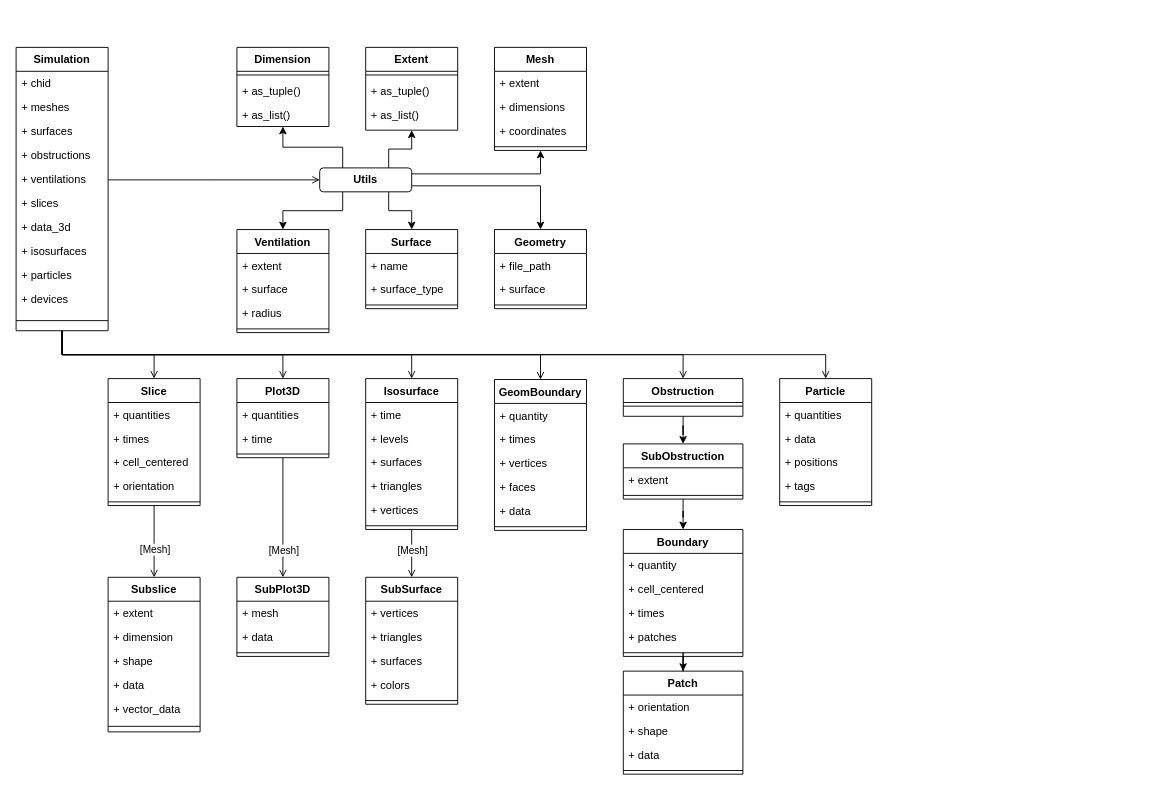
This is docs/img/data-structure.drawio from FireDynamics/fdsreader, a draw.io file, before an edit. Source tidied: cells renumbered, new cells numbered last; positions are measured from the earlier drawing's top-left corner, leaving out a move shared by most shapes. Both pictures are drawn from the tidied source at 92%, with x=0, y=0 at pixel (16, 47).
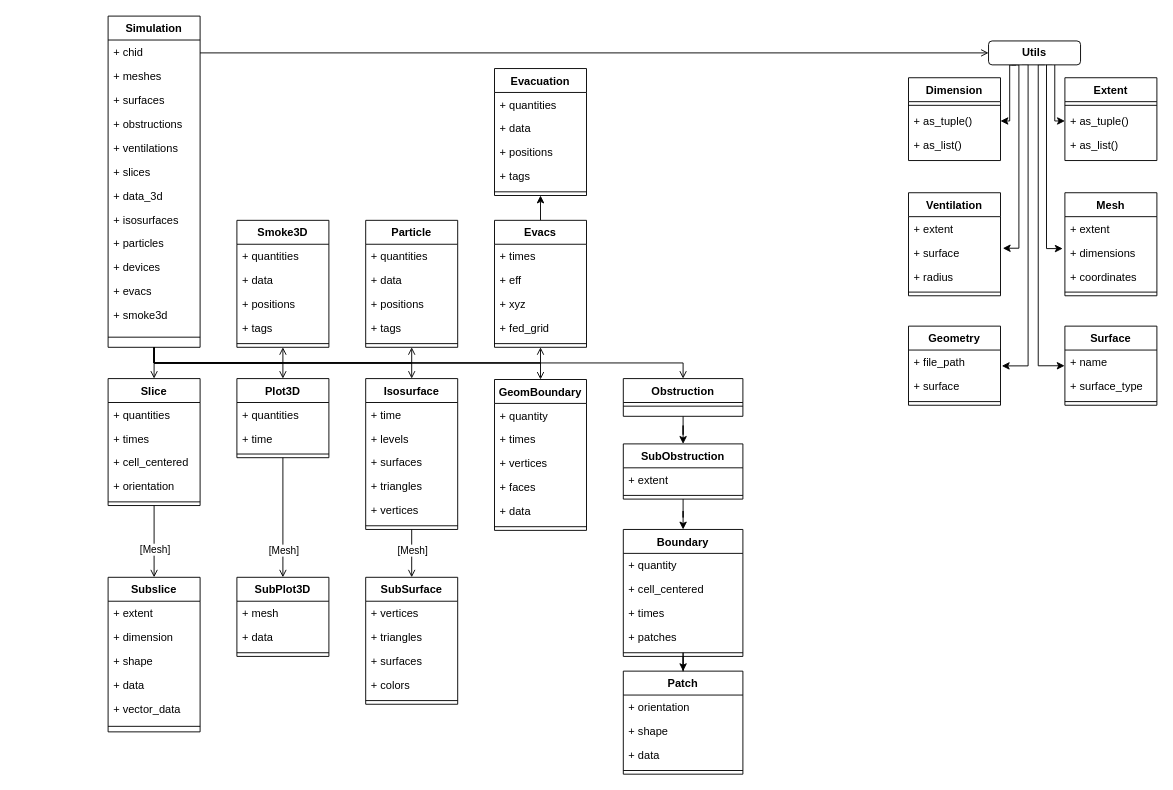
After the change.

The change refers to these unchanged cells:
```xml
<mxCell id="21" value="+ as_tuple()" style="text;align=left;verticalAlign=top;spacingLeft=4;spacingRight=4;overflow=hidden;points=[[0,0.5],[1,0.5]];portConstraint=eastwest;" parent="19" vertex="1">
  <mxGeometry y="34" width="100" height="26" as="geometry" />
</mxCell>
<mxCell id="25" value="+ dimensions" style="text;align=left;verticalAlign=top;spacingLeft=4;spacingRight=4;overflow=hidden;points=[[0,0.5],[1,0.5]];portConstraint=eastwest;" parent="23" vertex="1">
  <mxGeometry y="52" width="100" height="26" as="geometry" />
</mxCell>
<mxCell id="31" value="+ surface" style="text;align=left;verticalAlign=top;spacingLeft=4;spacingRight=4;overflow=hidden;points=[[0,0.5],[1,0.5]];portConstraint=eastwest;" parent="29" vertex="1">
  <mxGeometry y="52" width="100" height="26" as="geometry" />
</mxCell>
<mxCell id="35" value="Obstruction" style="swimlane;fontStyle=1;align=center;verticalAlign=top;horizontal=1;startSize=26;rounded=0;shadow=0;strokeWidth=1;" parent="1" vertex="1">
  <mxGeometry x="660" y="360" width="130" height="41" as="geometry" />
</mxCell>
<mxCell id="39" value="Plot3D" style="swimlane;fontStyle=1;align=center;verticalAlign=top;horizontal=1;startSize=26;rounded=0;shadow=0;strokeWidth=1;" parent="1" vertex="1">
  <mxGeometry x="240" y="360" width="100" height="86" as="geometry" />
</mxCell>
<mxCell id="49" value="Slice" style="swimlane;fontStyle=1;align=center;verticalAlign=top;horizontal=1;startSize=26;rounded=0;shadow=0;strokeWidth=1;" parent="1" vertex="1">
  <mxGeometry x="100" y="360" width="100" height="138" as="geometry" />
</mxCell>
<mxCell id="64" value="Isosurface" style="swimlane;fontStyle=1;align=center;verticalAlign=top;horizontal=1;startSize=26;rounded=0;shadow=0;strokeWidth=1;" parent="1" vertex="1">
  <mxGeometry x="380" y="360" width="100" height="164" as="geometry" />
</mxCell>
<mxCell id="102" value="+ name" style="text;align=left;verticalAlign=top;spacingLeft=4;spacingRight=4;overflow=hidden;points=[[0,0.5],[1,0.5]];portConstraint=eastwest;" parent="101" vertex="1">
  <mxGeometry y="26" width="100" height="26" as="geometry" />
</mxCell>
<mxCell id="111" value="+ file_path" style="text;align=left;verticalAlign=top;spacingLeft=4;spacingRight=4;overflow=hidden;points=[[0,0.5],[1,0.5]];portConstraint=eastwest;" parent="110" vertex="1">
  <mxGeometry y="26" width="100" height="26" as="geometry" />
</mxCell>
<mxCell id="114" value="GeomBoundary" style="swimlane;fontStyle=1;align=center;verticalAlign=top;horizontal=1;startSize=26;rounded=0;shadow=0;strokeWidth=1;" parent="1" vertex="1">
  <mxGeometry x="520" y="361" width="100" height="164" as="geometry" />
</mxCell>
```

The edit, as a diff of the source:
```diff
@@
-    <mxCell id="2" style="edgeStyle=orthogonalEdgeStyle;rounded=0;jettySize=auto;html=1;exitX=0.5;exitY=1;exitDx=0;exitDy=0;entryX=0.5;entryY=0;entryDx=0;entryDy=0;startArrow=none;startFill=0;endArrow=open;endFill=0;" parent="1" edge="1" source="7" target="49">
-      <mxGeometry relative="1" as="geometry" />
+    <mxCell id="2" style="edgeStyle=orthogonalEdgeStyle;rounded=0;jettySize=auto;html=1;entryX=0.5;entryY=0;entryDx=0;entryDy=0;startArrow=none;startFill=0;endArrow=open;endFill=0;exitX=0.5;exitY=1;exitDx=0;exitDy=0;" parent="1" edge="1" source="7" target="49">
+      <mxGeometry relative="1" as="geometry">
+        <Array as="points">
+          <mxPoint x="150" y="353" />
+          <mxPoint x="150" y="353" />
+        </Array>
+      </mxGeometry>
     </mxCell>
     <mxCell id="3" style="edgeStyle=orthogonalEdgeStyle;rounded=0;jettySize=auto;html=1;exitX=0.5;exitY=1;exitDx=0;exitDy=0;entryX=0.5;entryY=0;entryDx=0;entryDy=0;startArrow=none;startFill=0;endArrow=open;endFill=0;" parent="1" edge="1" source="7" target="64">
-      <mxGeometry relative="1" as="geometry" />
+      <mxGeometry relative="1" as="geometry">
+        <Array as="points">
+          <mxPoint x="150" y="343" />
+          <mxPoint x="430" y="343" />
+        </Array>
+      </mxGeometry>
     </mxCell>
     <mxCell id="4" style="edgeStyle=orthogonalEdgeStyle;rounded=0;jettySize=auto;html=1;exitX=0.5;exitY=1;exitDx=0;exitDy=0;entryX=0.5;entryY=0;entryDx=0;entryDy=0;startArrow=none;startFill=0;endArrow=open;endFill=0;" parent="1" edge="1" source="7" target="39">
-      <mxGeometry relative="1" as="geometry" />
+      <mxGeometry relative="1" as="geometry">
+        <Array as="points">
+          <mxPoint x="150" y="343" />
+          <mxPoint x="290" y="343" />
+        </Array>
+      </mxGeometry>
     </mxCell>
     <mxCell id="5" style="edgeStyle=orthogonalEdgeStyle;rounded=0;jettySize=auto;html=1;exitX=0.5;exitY=1;exitDx=0;exitDy=0;startArrow=none;startFill=0;endArrow=open;endFill=0;entryX=0.5;entryY=0;entryDx=0;entryDy=0;" parent="1" edge="1" source="7" target="35">
-      <mxGeometry relative="1" as="geometry" />
+      <mxGeometry relative="1" as="geometry">
+        <Array as="points">
+          <mxPoint x="150" y="343" />
+          <mxPoint x="725" y="343" />
+        </Array>
+      </mxGeometry>
     </mxCell>
-    <mxCell id="6" style="edgeStyle=orthogonalEdgeStyle;rounded=0;jettySize=auto;html=1;exitX=0.5;exitY=1;exitDx=0;exitDy=0;entryX=0.5;entryY=0;entryDx=0;entryDy=0;startArrow=none;startFill=0;endArrow=open;endFill=0;" parent="1" edge="1" source="7" target="77">
-      <mxGeometry relative="1" as="geometry" />
+    <mxCell id="6" style="edgeStyle=orthogonalEdgeStyle;rounded=0;jettySize=auto;html=1;exitX=0.5;exitY=1;exitDx=0;exitDy=0;startArrow=none;startFill=0;endArrow=open;endFill=0;entryX=0.5;entryY=1;entryDx=0;entryDy=0;" parent="1" edge="1" source="7" target="130">
+      <mxGeometry relative="1" as="geometry">
+        <Array as="points">
+          <mxPoint x="150" y="343" />
+          <mxPoint x="290" y="343" />
+        </Array>
+      </mxGeometry>
     </mxCell>
+    <mxCell id="126" style="edgeStyle=orthogonalEdgeStyle;rounded=0;jettySize=auto;html=1;exitX=0.5;exitY=1;exitDx=0;exitDy=0;entryX=0.5;entryY=1;entryDx=0;entryDy=0;endArrow=open;endFill=0;" parent="1" edge="1" source="7" target="77">
+      <mxGeometry relative="1" as="geometry">
+        <Array as="points">
+          <mxPoint x="150" y="343" />
+          <mxPoint x="430" y="343" />
+        </Array>
+      </mxGeometry>
+    </mxCell>
+    <mxCell id="127" style="edgeStyle=orthogonalEdgeStyle;rounded=0;jettySize=auto;html=1;exitX=0.5;exitY=1;exitDx=0;exitDy=0;entryX=0.5;entryY=1;entryDx=0;entryDy=0;endArrow=open;endFill=0;" parent="1" edge="1" source="7" target="137">
+      <mxGeometry relative="1" as="geometry">
+        <Array as="points">
+          <mxPoint x="150" y="343" />
+          <mxPoint x="570" y="343" />
+        </Array>
+      </mxGeometry>
+    </mxCell>
     <mxCell id="7" value="Simulation" style="swimlane;fontStyle=1;align=center;verticalAlign=top;horizontal=1;startSize=26;rounded=0;shadow=0;strokeWidth=1;" parent="1" vertex="1">
-      <mxGeometry width="100" height="308" as="geometry" />
+      <mxGeometry x="100" y="-34" width="100" height="360" as="geometry" />
     </mxCell>
@@
+    <mxCell id="128" value="+ evacs" style="text;align=left;verticalAlign=top;spacingLeft=4;spacingRight=4;overflow=hidden;rounded=0;shadow=0;html=0;" parent="7" vertex="1">
+      <mxGeometry y="286" width="100" height="26" as="geometry" />
+    </mxCell>
+    <mxCell id="129" value="+ smoke3d" style="text;align=left;verticalAlign=top;spacingLeft=4;spacingRight=4;overflow=hidden;rounded=0;shadow=0;html=0;" parent="7" vertex="1">
+      <mxGeometry y="312" width="100" height="26" as="geometry" />
+    </mxCell>
     <mxCell id="18" style="line;html=1;strokeWidth=1;align=left;verticalAlign=middle;spacingTop=-1;spacingLeft=3;spacingRight=3;labelPosition=right;" parent="7" vertex="1">
-      <mxGeometry y="286" width="100" height="22" as="geometry" />
+      <mxGeometry y="338" width="100" height="22" as="geometry" />
     </mxCell>
     <mxCell id="19" value="Dimension" style="swimlane;fontStyle=1;align=center;verticalAlign=top;horizontal=1;startSize=26;rounded=0;shadow=0;strokeWidth=1;" parent="1" vertex="1">
-      <mxGeometry x="240" width="100" height="86" as="geometry" />
+      <mxGeometry x="970" y="33" width="100" height="90" as="geometry" />
     </mxCell>
@@
     <mxCell id="23" value="Mesh" style="swimlane;fontStyle=1;align=center;verticalAlign=top;horizontal=1;startSize=26;rounded=0;shadow=0;strokeWidth=1;" parent="1" vertex="1">
-      <mxGeometry x="520" width="100" height="112" as="geometry" />
+      <mxGeometry x="1140" y="158" width="100" height="112" as="geometry" />
     </mxCell>
@@
     <mxCell id="29" value="Ventilation" style="swimlane;fontStyle=1;align=center;verticalAlign=top;horizontal=1;startSize=26;rounded=0;shadow=0;strokeWidth=1;" parent="1" vertex="1">
-      <mxGeometry x="240" y="198" width="100" height="112" as="geometry" />
+      <mxGeometry x="970" y="158" width="100" height="112" as="geometry" />
     </mxCell>
@@
     <mxCell id="77" value="Particle" style="swimlane;fontStyle=1;align=center;verticalAlign=top;horizontal=1;startSize=26;rounded=0;shadow=0;strokeWidth=1;" parent="1" vertex="1">
-      <mxGeometry x="830" y="360" width="100" height="138" as="geometry" />
+      <mxGeometry x="380" y="188" width="100" height="138" as="geometry" />
     </mxCell>
@@
-    <mxCell id="90" style="edgeStyle=orthogonalEdgeStyle;rounded=0;jettySize=auto;html=1;exitX=1;exitY=0.25;exitDx=0;exitDy=0;entryX=0.5;entryY=1;entryDx=0;entryDy=0;" parent="1" edge="1" source="96" target="23">
-      <mxGeometry relative="1" as="geometry" />
+    <mxCell id="90" style="edgeStyle=orthogonalEdgeStyle;rounded=0;jettySize=auto;html=1;exitX=0.69;exitY=0.967;exitDx=0;exitDy=0;exitPerimeter=0;entryX=-0.024;entryY=0.335;entryDx=0;entryDy=0;entryPerimeter=0;" parent="1" edge="1" source="96" target="25">
+      <mxGeometry relative="1" as="geometry">
+        <Array as="points">
+          <mxPoint x="1120" y="18" />
+          <mxPoint x="1120" y="219" />
+        </Array>
+      </mxGeometry>
     </mxCell>
-    <mxCell id="91" style="edgeStyle=orthogonalEdgeStyle;rounded=0;jettySize=auto;html=1;exitX=0.25;exitY=0;exitDx=0;exitDy=0;entryX=0.5;entryY=1;entryDx=0;entryDy=0;" parent="1" edge="1" source="96" target="19">
-      <mxGeometry relative="1" as="geometry" />
+    <mxCell id="91" style="edgeStyle=orthogonalEdgeStyle;rounded=0;jettySize=auto;html=1;exitX=0.299;exitY=1.006;exitDx=0;exitDy=0;exitPerimeter=0;entryX=1;entryY=0.5;entryDx=0;entryDy=0;" parent="1" edge="1" source="96" target="21">
+      <mxGeometry relative="1" as="geometry">
+        <Array as="points">
+          <mxPoint x="1080" y="19" />
+          <mxPoint x="1080" y="80" />
+        </Array>
+      </mxGeometry>
     </mxCell>
-    <mxCell id="92" style="edgeStyle=orthogonalEdgeStyle;rounded=0;jettySize=auto;html=1;exitX=0.75;exitY=0;exitDx=0;exitDy=0;entryX=0.5;entryY=1;entryDx=0;entryDy=0;" parent="1" edge="1" source="96" target="97">
-      <mxGeometry relative="1" as="geometry" />
+    <mxCell id="92" style="edgeStyle=orthogonalEdgeStyle;rounded=0;jettySize=auto;html=1;exitX=0.72;exitY=0.989;exitDx=0;exitDy=0;entryX=0;entryY=0.5;entryDx=0;entryDy=0;exitPerimeter=0;" parent="1" edge="1" source="96" target="99">
+      <mxGeometry relative="1" as="geometry">
+        <Array as="points">
+          <mxPoint x="1129" y="80" />
+        </Array>
+      </mxGeometry>
     </mxCell>
-    <mxCell id="93" style="edgeStyle=orthogonalEdgeStyle;rounded=0;jettySize=auto;html=1;exitX=1;exitY=0.75;exitDx=0;exitDy=0;entryX=0.5;entryY=0;entryDx=0;entryDy=0;" parent="1" edge="1" source="96" target="110">
-      <mxGeometry relative="1" as="geometry" />
+    <mxCell id="93" style="edgeStyle=orthogonalEdgeStyle;rounded=0;jettySize=auto;html=1;exitX=0.363;exitY=0.974;exitDx=0;exitDy=0;startArrow=none;exitPerimeter=0;entryX=1.014;entryY=0.662;entryDx=0;entryDy=0;entryPerimeter=0;" parent="1" edge="1" source="96" target="111">
+      <mxGeometry relative="1" as="geometry">
+        <Array as="points">
+          <mxPoint x="1100" y="18" />
+          <mxPoint x="1100" y="346" />
+        </Array>
+      </mxGeometry>
     </mxCell>
-    <mxCell id="94" style="edgeStyle=orthogonalEdgeStyle;rounded=0;jettySize=auto;html=1;exitX=0.75;exitY=1;exitDx=0;exitDy=0;entryX=0.5;entryY=0;entryDx=0;entryDy=0;" parent="1" edge="1" source="96" target="101">
-      <mxGeometry relative="1" as="geometry" />
+    <mxCell id="94" style="edgeStyle=orthogonalEdgeStyle;rounded=0;jettySize=auto;html=1;exitX=0.611;exitY=0.993;exitDx=0;exitDy=0;entryX=-0.003;entryY=0.656;entryDx=0;entryDy=0;entryPerimeter=0;exitPerimeter=0;" parent="1" edge="1" source="96" target="102">
+      <mxGeometry relative="1" as="geometry">
+        <Array as="points">
+          <mxPoint x="1111" y="346" />
+        </Array>
+      </mxGeometry>
     </mxCell>
-    <mxCell id="95" style="edgeStyle=orthogonalEdgeStyle;rounded=0;jettySize=auto;html=1;exitX=0.25;exitY=1;exitDx=0;exitDy=0;entryX=0.5;entryY=0;entryDx=0;entryDy=0;" parent="1" edge="1" source="96" target="29">
-      <mxGeometry relative="1" as="geometry" />
+    <mxCell id="95" style="edgeStyle=orthogonalEdgeStyle;rounded=0;jettySize=auto;html=1;exitX=0.25;exitY=1;exitDx=0;exitDy=0;entryX=1.025;entryY=0.321;entryDx=0;entryDy=0;entryPerimeter=0;" parent="1" edge="1" source="96" target="31">
+      <mxGeometry relative="1" as="geometry">
+        <Array as="points">
+          <mxPoint x="1090" y="19" />
+          <mxPoint x="1090" y="218" />
+        </Array>
+      </mxGeometry>
     </mxCell>
     <mxCell id="96" value="&lt;b&gt;Utils&lt;/b&gt;" style="rounded=1;whiteSpace=wrap;html=1;" parent="1" vertex="1">
-      <mxGeometry x="330" y="131" width="100" height="26" as="geometry" />
+      <mxGeometry x="1057" y="-7" width="100" height="26" as="geometry" />
     </mxCell>
-    <mxCell id="97" value="Extent" style="swimlane;fontStyle=1;align=center;verticalAlign=top;horizontal=1;startSize=26;rounded=0;shadow=0;strokeWidth=1;" parent="1" vertex="1">
-      <mxGeometry x="380" width="100" height="90" as="geometry" />
-    </mxCell>
-    <mxCell id="98" style="line;html=1;strokeWidth=1;align=left;verticalAlign=middle;spacingTop=-1;spacingLeft=3;spacingRight=3;labelPosition=right;" parent="97" vertex="1">
-      <mxGeometry y="26" width="100" height="8" as="geometry" />
-    </mxCell>
-    <mxCell id="99" value="+ as_tuple()" style="text;align=left;verticalAlign=top;spacingLeft=4;spacingRight=4;overflow=hidden;points=[[0,0.5],[1,0.5]];portConstraint=eastwest;" parent="97" vertex="1">
-      <mxGeometry y="34" width="100" height="26" as="geometry" />
-    </mxCell>
-    <mxCell id="100" value="+ as_list()" style="text;align=left;verticalAlign=top;spacingLeft=4;spacingRight=4;overflow=hidden;" parent="97" vertex="1">
-      <mxGeometry y="60" width="100" height="26" as="geometry" />
-    </mxCell>
     <mxCell id="101" value="Surface" style="swimlane;fontStyle=1;align=center;verticalAlign=top;horizontal=1;startSize=26;rounded=0;shadow=0;strokeWidth=1;" parent="1" vertex="1">
-      <mxGeometry x="380" y="198" width="100" height="86" as="geometry" />
+      <mxGeometry x="1140" y="303" width="100" height="86" as="geometry" />
     </mxCell>
@@
     <mxCell id="110" value="Geometry" style="swimlane;fontStyle=1;align=center;verticalAlign=top;horizontal=1;startSize=26;rounded=0;shadow=0;strokeWidth=1;" parent="1" vertex="1">
-      <mxGeometry x="520" y="198" width="100" height="86" as="geometry" />
+      <mxGeometry x="970" y="303" width="100" height="86" as="geometry" />
     </mxCell>
@@
-    <mxCell id="121" style="edgeStyle=orthogonalEdgeStyle;rounded=0;jettySize=auto;html=1;exitX=0.5;exitY=1;exitDx=0;exitDy=0;entryX=0.5;entryY=0;entryDx=0;entryDy=0;startArrow=none;startFill=0;endArrow=open;endFill=0;" parent="1" edge="1" source="7" target="114">
+    <mxCell id="121" style="edgeStyle=orthogonalEdgeStyle;rounded=0;orthogonalLoop=1;jettySize=auto;html=1;entryX=0.5;entryY=0;entryDx=0;entryDy=0;startArrow=none;startFill=0;endArrow=open;endFill=0;" parent="1" edge="1">
       <mxGeometry relative="1" as="geometry">
+        <mxPoint x="150" y="333" as="sourcePoint" />
+        <mxPoint x="570" y="361" as="targetPoint" />
         <Array as="points">
-          <mxPoint x="50" y="334" />
-          <mxPoint x="570" y="334" />
+          <mxPoint x="150" y="343" />
+          <mxPoint x="570" y="343" />
         </Array>
       </mxGeometry>
     </mxCell>
@@
+    <mxCell id="97" value="Extent" style="swimlane;fontStyle=1;align=center;verticalAlign=top;horizontal=1;startSize=26;rounded=0;shadow=0;strokeWidth=1;" parent="1" vertex="1">
+      <mxGeometry x="1140" y="33" width="100" height="90" as="geometry" />
+    </mxCell>
+    <mxCell id="98" style="line;html=1;strokeWidth=1;align=left;verticalAlign=middle;spacingTop=-1;spacingLeft=3;spacingRight=3;labelPosition=right;" parent="97" vertex="1">
+      <mxGeometry y="26" width="100" height="8" as="geometry" />
+    </mxCell>
+    <mxCell id="99" value="+ as_tuple()" style="text;align=left;verticalAlign=top;spacingLeft=4;spacingRight=4;overflow=hidden;points=[[0,0.5],[1,0.5]];portConstraint=eastwest;" parent="97" vertex="1">
+      <mxGeometry y="34" width="100" height="26" as="geometry" />
+    </mxCell>
+    <mxCell id="100" value="+ as_list()" style="text;align=left;verticalAlign=top;spacingLeft=4;spacingRight=4;overflow=hidden;" parent="97" vertex="1">
+      <mxGeometry y="60" width="100" height="26" as="geometry" />
+    </mxCell>
+    <mxCell id="130" value="Smoke3D" style="swimlane;fontStyle=1;align=center;verticalAlign=top;horizontal=1;startSize=26;rounded=0;shadow=0;strokeWidth=1;" parent="1" vertex="1">
+      <mxGeometry x="240" y="188" width="100" height="138" as="geometry" />
+    </mxCell>
+    <mxCell id="131" value="+ quantities" style="text;align=left;verticalAlign=top;spacingLeft=4;spacingRight=4;overflow=hidden;" parent="130" vertex="1">
+      <mxGeometry y="26" width="100" height="26" as="geometry" />
+    </mxCell>
+    <mxCell id="132" value="+ data" style="text;align=left;verticalAlign=top;spacingLeft=4;spacingRight=4;overflow=hidden;" parent="130" vertex="1">
+      <mxGeometry y="52" width="100" height="26" as="geometry" />
+    </mxCell>
+    <mxCell id="133" value="+ positions" style="text;align=left;verticalAlign=top;spacingLeft=4;spacingRight=4;overflow=hidden;" parent="130" vertex="1">
+      <mxGeometry y="78" width="100" height="26" as="geometry" />
+    </mxCell>
+    <mxCell id="134" value="+ tags" style="text;align=left;verticalAlign=top;spacingLeft=4;spacingRight=4;overflow=hidden;" parent="130" vertex="1">
+      <mxGeometry y="104" width="100" height="26" as="geometry" />
+    </mxCell>
+    <mxCell id="135" style="line;html=1;strokeWidth=1;align=left;verticalAlign=middle;spacingTop=-1;spacingLeft=3;spacingRight=3;labelPosition=right;" parent="130" vertex="1">
+      <mxGeometry y="130" width="100" height="8" as="geometry" />
+    </mxCell>
+    <mxCell id="136" style="edgeStyle=orthogonalEdgeStyle;rounded=0;jettySize=auto;html=1;exitX=0.5;exitY=0;exitDx=0;exitDy=0;entryX=0.5;entryY=1;entryDx=0;entryDy=0;endArrow=classic;endFill=1;" parent="1" edge="1" source="137" target="143">
+      <mxGeometry relative="1" as="geometry" />
+    </mxCell>
+    <mxCell id="137" value="Evacs" style="swimlane;fontStyle=1;align=center;verticalAlign=top;horizontal=1;startSize=26;rounded=0;shadow=0;strokeWidth=1;" parent="1" vertex="1">
+      <mxGeometry x="520" y="188" width="100" height="138" as="geometry" />
+    </mxCell>
+    <mxCell id="138" value="+ times " style="text;align=left;verticalAlign=top;spacingLeft=4;spacingRight=4;overflow=hidden;" parent="137" vertex="1">
+      <mxGeometry y="26" width="100" height="26" as="geometry" />
+    </mxCell>
+    <mxCell id="139" value="+ eff" style="text;align=left;verticalAlign=top;spacingLeft=4;spacingRight=4;overflow=hidden;" parent="137" vertex="1">
+      <mxGeometry y="52" width="100" height="26" as="geometry" />
+    </mxCell>
+    <mxCell id="140" value="+ xyz" style="text;align=left;verticalAlign=top;spacingLeft=4;spacingRight=4;overflow=hidden;" parent="137" vertex="1">
+      <mxGeometry y="78" width="100" height="26" as="geometry" />
+    </mxCell>
+    <mxCell id="141" value="+ fed_grid" style="text;align=left;verticalAlign=top;spacingLeft=4;spacingRight=4;overflow=hidden;" parent="137" vertex="1">
+      <mxGeometry y="104" width="100" height="26" as="geometry" />
+    </mxCell>
+    <mxCell id="142" style="line;html=1;strokeWidth=1;align=left;verticalAlign=middle;spacingTop=-1;spacingLeft=3;spacingRight=3;labelPosition=right;" parent="137" vertex="1">
+      <mxGeometry y="130" width="100" height="8" as="geometry" />
+    </mxCell>
+    <mxCell id="143" value="Evacuation" style="swimlane;fontStyle=1;align=center;verticalAlign=top;horizontal=1;startSize=26;rounded=0;shadow=0;strokeWidth=1;" parent="1" vertex="1">
+      <mxGeometry x="520" y="23" width="100" height="138" as="geometry" />
+    </mxCell>
+    <mxCell id="144" value="+ quantities" style="text;align=left;verticalAlign=top;spacingLeft=4;spacingRight=4;overflow=hidden;" parent="143" vertex="1">
+      <mxGeometry y="26" width="100" height="26" as="geometry" />
+    </mxCell>
+    <mxCell id="145" value="+ data" style="text;align=left;verticalAlign=top;spacingLeft=4;spacingRight=4;overflow=hidden;" parent="143" vertex="1">
+      <mxGeometry y="52" width="100" height="26" as="geometry" />
+    </mxCell>
+    <mxCell id="146" value="+ positions" style="text;align=left;verticalAlign=top;spacingLeft=4;spacingRight=4;overflow=hidden;" parent="143" vertex="1">
+      <mxGeometry y="78" width="100" height="26" as="geometry" />
+    </mxCell>
+    <mxCell id="147" value="+ tags" style="text;align=left;verticalAlign=top;spacingLeft=4;spacingRight=4;overflow=hidden;" parent="143" vertex="1">
+      <mxGeometry y="104" width="100" height="26" as="geometry" />
+    </mxCell>
+    <mxCell id="148" style="line;html=1;strokeWidth=1;align=left;verticalAlign=middle;spacingTop=-1;spacingLeft=3;spacingRight=3;labelPosition=right;" parent="143" vertex="1">
+      <mxGeometry y="130" width="100" height="8" as="geometry" />
+    </mxCell>
```
